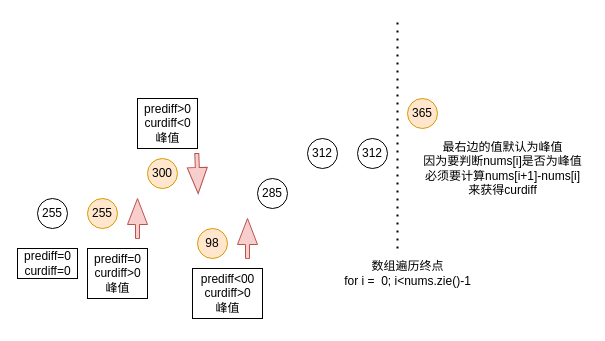
Above: Untitled Diagram.drawio in liuyx599/leetcode_imgs (draw.io), before the change. Source tidied: cells renumbered, new cells numbered last; positions are measured from the earlier drawing's top-left corner, leaving out a move shared by most shapes. Both pictures are drawn from the tidied source at 100%, with x=0, y=0 at pixel (17, 18).
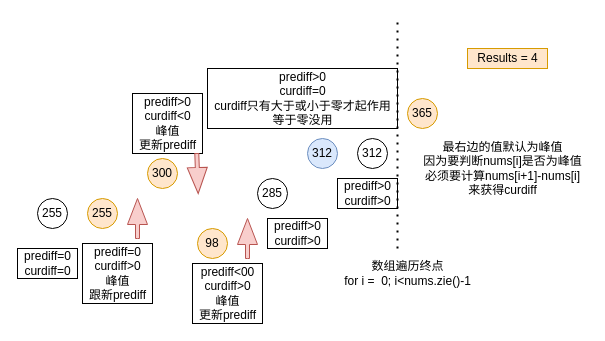
Above is the later version.

Diff of the diagram source:
```diff
@@
-    <mxCell id="7" value="312" style="ellipse;whiteSpace=wrap;html=1;" parent="1" vertex="1">
+    <mxCell id="7" value="312" style="ellipse;whiteSpace=wrap;html=1;fillColor=#dae8fc;strokeColor=#6c8ebf;" parent="1" vertex="1">
       <mxGeometry x="290" y="120" width="30" height="30" as="geometry" />
     </mxCell>
@@
-    <mxCell id="11" value="prediff=0&lt;br&gt;curdiff&amp;gt;0&lt;br&gt;峰值" style="text;html=1;align=center;verticalAlign=middle;fillColor=none;strokeColor=default;rounded=0;" parent="1" vertex="1">
-      <mxGeometry x="70" y="230" width="60" height="50" as="geometry" />
+    <mxCell id="11" value="prediff=0&lt;br&gt;curdiff&amp;gt;0&lt;br&gt;峰值&lt;br&gt;跟新prediff" style="text;html=1;align=center;verticalAlign=middle;fillColor=none;strokeColor=default;rounded=0;" parent="1" vertex="1">
+      <mxGeometry x="65" y="225" width="70" height="60" as="geometry" />
     </mxCell>
-    <mxCell id="12" value="prediff&amp;gt;0&lt;br&gt;curdiff&amp;lt;0&lt;br&gt;峰值" style="text;html=1;align=center;verticalAlign=middle;fillColor=none;strokeColor=default;rounded=0;" parent="1" vertex="1">
-      <mxGeometry x="120" y="80" width="60" height="50" as="geometry" />
+    <mxCell id="12" value="prediff&amp;gt;0&lt;br&gt;curdiff&amp;lt;0&lt;br&gt;峰值&lt;br&gt;更新prediff" style="text;html=1;align=center;verticalAlign=middle;fillColor=none;strokeColor=default;rounded=0;" parent="1" vertex="1">
+      <mxGeometry x="115" y="75" width="70" height="60" as="geometry" />
     </mxCell>
-    <mxCell id="13" value="prediff&amp;lt;00&lt;br&gt;curdiff&amp;gt;0&lt;br&gt;峰值" style="text;html=1;align=center;verticalAlign=middle;fillColor=none;strokeColor=default;rounded=0;" parent="1" vertex="1">
-      <mxGeometry x="175" y="250" width="70" height="50" as="geometry" />
+    <mxCell id="13" value="prediff&amp;lt;00&lt;br&gt;curdiff&amp;gt;0&lt;br&gt;峰值&lt;br&gt;更新prediff" style="text;html=1;align=center;verticalAlign=middle;fillColor=none;strokeColor=default;rounded=0;" parent="1" vertex="1">
+      <mxGeometry x="175" y="245" width="70" height="60" as="geometry" />
     </mxCell>
@@
+    <mxCell id="20" value="prediff&amp;gt;0&lt;br&gt;curdiff&amp;gt;0" style="text;html=1;align=center;verticalAlign=middle;fillColor=none;strokeColor=default;rounded=0;" parent="1" vertex="1">
+      <mxGeometry x="250" y="200" width="60" height="30" as="geometry" />
+    </mxCell>
+    <mxCell id="21" value="prediff&amp;gt;0&lt;br&gt;curdiff=0&lt;br&gt;curdiff只有大于或小于零才起作用&lt;br&gt;等于零没用" style="text;html=1;align=center;verticalAlign=middle;fillColor=none;strokeColor=default;rounded=0;" parent="1" vertex="1">
+      <mxGeometry x="190" y="50" width="190" height="60" as="geometry" />
+    </mxCell>
+    <mxCell id="22" value="prediff&amp;gt;0&lt;br&gt;curdiff&amp;gt;0" style="text;html=1;align=center;verticalAlign=middle;fillColor=none;strokeColor=default;rounded=0;" parent="1" vertex="1">
+      <mxGeometry x="320" y="160" width="60" height="30" as="geometry" />
+    </mxCell>
+    <mxCell id="23" value="Results = 4" style="text;html=1;align=center;verticalAlign=middle;fillColor=#ffe6cc;strokeColor=#d79b00;rounded=0;" parent="1" vertex="1">
+      <mxGeometry x="450" y="30" width="80" height="20" as="geometry" />
+    </mxCell>
```
